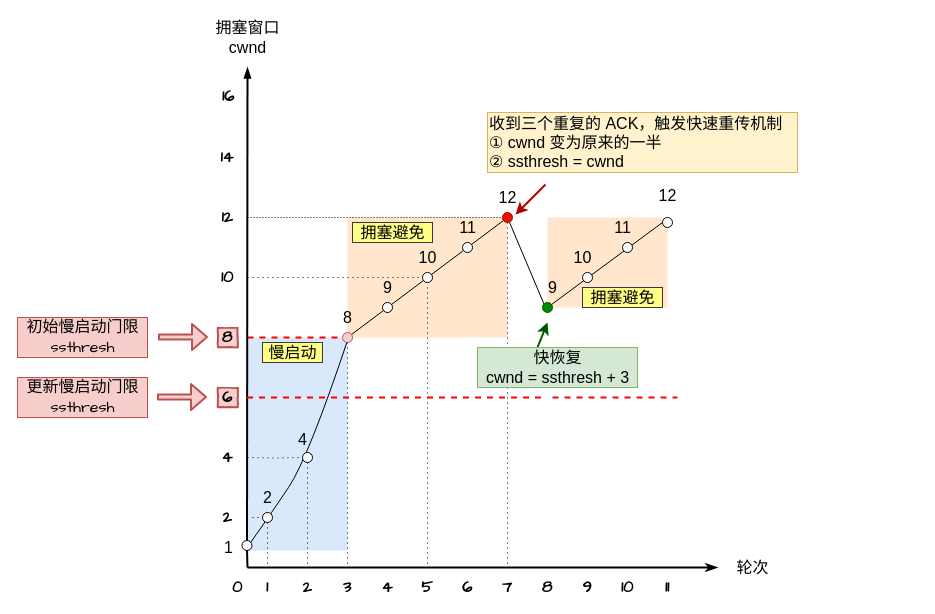
xiaolincoder/ImageHost4 keeps this draw.io diagram as 网络/拥塞发生-快速重传.drawio. Above is the earlier version. Source tidied: cells renumbered, new cells numbered last; positions are measured from the earlier drawing's top-left corner, leaving out a move shared by most shapes. Both pictures are drawn from the tidied source at 100%, with x=0, y=0 at pixel (17, 17).
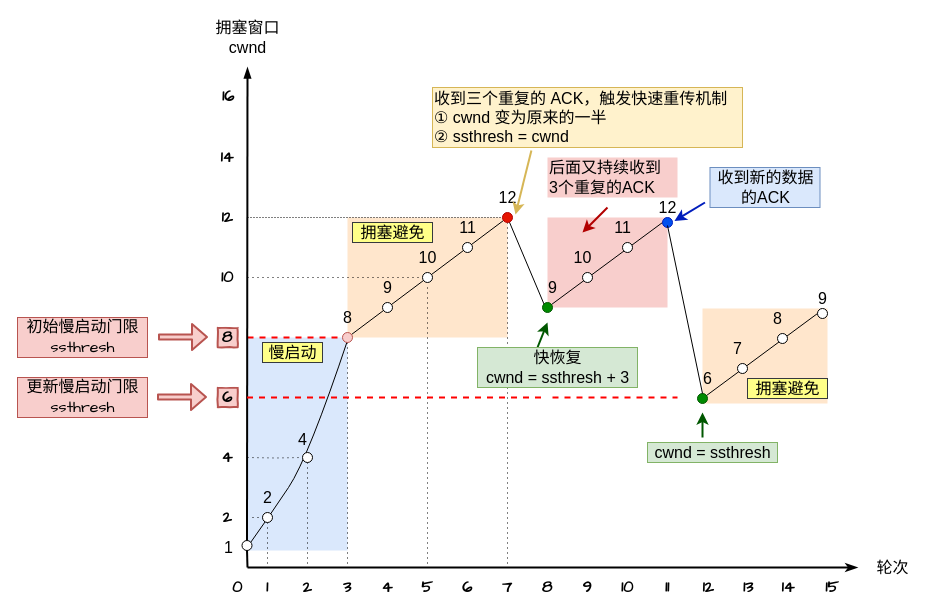
The same diagram, later.

Commit message (it also covers changes not shown here):
Update 拥塞发生-快速重传.drawio

Diff of the diagram source:
```diff
@@
-    <mxCell id="2" style="rounded=0;whiteSpace=wrap;html=1;strokeColor=none;strokeWidth=2;fillColor=#ffe6cc;fontFamily=Comic Sans MS;fontSize=16;" parent="1" vertex="1">
+    <mxCell id="2" style="rounded=0;whiteSpace=wrap;html=1;strokeColor=none;strokeWidth=2;fillColor=#f8cecc;fontFamily=Comic Sans MS;fontSize=16;" parent="1" vertex="1">
       <mxGeometry x="530" y="200" width="120" height="90" as="geometry" />
     </mxCell>
@@
     <mxCell id="16" style="endArrow=classicThin;html=1;strokeWidth=2;endFill=1;" parent="1" edge="1">
       <mxGeometry relative="1" as="geometry">
         <mxPoint x="230" y="550" as="sourcePoint" />
-        <mxPoint x="700" y="550" as="targetPoint" />
+        <mxPoint x="840" y="550" as="targetPoint" />
       </mxGeometry>
     </mxCell>
@@
     <mxCell id="47" value="轮次" style="text;html=1;align=center;verticalAlign=middle;fontSize=16;fontColor=#000000;" parent="1" vertex="1">
-      <mxGeometry x="710" y="540" width="50" height="20" as="geometry" />
+      <mxGeometry x="850" y="540" width="50" height="20" as="geometry" />
     </mxCell>
@@
-    <mxCell id="71" style="endArrow=classic;html=1;labelBackgroundColor=#ffffff;strokeColor=#B20000;strokeWidth=2;fontFamily=Helvetica;fontSize=16;fontColor=#000000;fillColor=#e51400;" parent="1" edge="1">
+    <mxCell id="71" style="endArrow=classic;html=1;labelBackgroundColor=#ffffff;strokeColor=#d6b656;strokeWidth=2;fontFamily=Helvetica;fontSize=16;fontColor=#000000;fillColor=#fff2cc;exitX=0.319;exitY=1.05;exitDx=0;exitDy=0;exitPerimeter=0;" parent="1" edge="1" source="72">
       <mxGeometry relative="1" as="geometry">
-        <mxPoint x="528" y="167" as="sourcePoint" />
         <mxPoint x="498" y="197" as="targetPoint" />
       </mxGeometry>
     </mxCell>
     <mxCell id="72" value="收到三个重复的 ACK，触发快速重传机制&lt;br&gt;① cwnd 变为原来的一半&lt;br&gt;② ssthresh = cwnd&amp;nbsp;" style="text;html=1;align=left;verticalAlign=middle;points=[];fontSize=16;fontFamily=Helvetica;fillColor=#fff2cc;strokeColor=#d6b656;" parent="1" vertex="1">
-      <mxGeometry x="470" y="95" width="310" height="60" as="geometry" />
+      <mxGeometry x="415" y="70" width="310" height="60" as="geometry" />
     </mxCell>
@@
-    <mxCell id="81" style="ellipse;whiteSpace=wrap;html=1;strokeColor=#000000;fillColor=#ffffff;fontSize=16;fontColor=#000000;direction=south;" parent="1" vertex="1">
+    <mxCell id="81" style="ellipse;whiteSpace=wrap;html=1;strokeColor=#001DBC;fillColor=#0050ef;fontSize=16;direction=south;fontColor=#ffffff;" parent="1" vertex="1">
       <mxGeometry x="645" y="200" width="10" height="10" as="geometry" />
     </mxCell>
@@
     <mxCell id="84" value="12" style="text;html=1;align=center;verticalAlign=middle;points=[];fontSize=16;" parent="1" vertex="1">
-      <mxGeometry x="635" y="168" width="30" height="20" as="geometry" />
+      <mxGeometry x="635" y="180" width="30" height="20" as="geometry" />
     </mxCell>
@@
-    <mxCell id="87" value="拥塞避免" style="text;html=1;align=center;verticalAlign=middle;fontSize=16;fillColor=#ffff88;strokeColor=#36393d;" parent="1" vertex="1">
-      <mxGeometry x="565" y="270" width="80" height="20" as="geometry" />
-    </mxCell>
@@
+    <mxCell id="90" value="后面又持续收到&lt;br&gt;3个重复的ACK" style="text;html=1;align=left;verticalAlign=middle;fontSize=16;fontFamily=Helvetica;fillColor=#f8cecc;strokeColor=none;" parent="1" vertex="1">
+      <mxGeometry x="530" y="140" width="130" height="40" as="geometry" />
+    </mxCell>
+    <mxCell id="91" style="endArrow=classic;html=1;labelBackgroundColor=#ffffff;strokeColor=#B20000;strokeWidth=2;fontFamily=Helvetica;fontSize=16;fontColor=#000000;fillColor=#e51400;" parent="1" edge="1">
+      <mxGeometry relative="1" as="geometry">
+        <mxPoint x="590" y="190" as="sourcePoint" />
+        <mxPoint x="565" y="215" as="targetPoint" />
+      </mxGeometry>
+    </mxCell>
+    <mxCell id="92" style="rounded=0;whiteSpace=wrap;html=1;strokeColor=none;strokeWidth=2;fillColor=#ffe6cc;fontFamily=Comic Sans MS;fontSize=16;" parent="1" vertex="1">
+      <mxGeometry x="685" y="291" width="125" height="95" as="geometry" />
+    </mxCell>
+    <mxCell id="93" style="endArrow=none;html=1;fontSize=16;entryX=0.5;entryY=1;entryDx=0;entryDy=0;" parent="1" edge="1" target="96">
+      <mxGeometry relative="1" as="geometry">
+        <mxPoint x="685" y="381" as="sourcePoint" />
+      </mxGeometry>
+    </mxCell>
+    <mxCell id="94" style="ellipse;whiteSpace=wrap;html=1;strokeColor=#005700;fillColor=#008a00;fontSize=16;fontColor=#ffffff;direction=south;" parent="1" vertex="1">
+      <mxGeometry x="680" y="376" width="10" height="10" as="geometry" />
+    </mxCell>
+    <mxCell id="95" style="ellipse;whiteSpace=wrap;html=1;strokeColor=#000000;fillColor=#ffffff;fontSize=16;fontColor=#000000;direction=south;" parent="1" vertex="1">
+      <mxGeometry x="720" y="346" width="10" height="10" as="geometry" />
+    </mxCell>
+    <mxCell id="96" style="ellipse;whiteSpace=wrap;html=1;strokeColor=#000000;fillColor=#ffffff;fontSize=16;fontColor=#000000;direction=south;" parent="1" vertex="1">
+      <mxGeometry x="800" y="291" width="10" height="10" as="geometry" />
+    </mxCell>
+    <mxCell id="97" value="7" style="text;html=1;align=center;verticalAlign=middle;fontSize=16;" parent="1" vertex="1">
+      <mxGeometry x="710" y="321" width="20" height="20" as="geometry" />
+    </mxCell>
+    <mxCell id="98" value="8" style="text;html=1;align=center;verticalAlign=middle;fontSize=16;" parent="1" vertex="1">
+      <mxGeometry x="750" y="291" width="20" height="20" as="geometry" />
+    </mxCell>
+    <mxCell id="99" style="ellipse;whiteSpace=wrap;html=1;strokeColor=#000000;fillColor=#ffffff;fontSize=16;fontColor=#000000;direction=south;" parent="1" vertex="1">
+      <mxGeometry x="760" y="316" width="10" height="10" as="geometry" />
+    </mxCell>
+    <mxCell id="100" value="6" style="text;html=1;align=center;verticalAlign=middle;fontSize=16;" parent="1" vertex="1">
+      <mxGeometry x="680" y="351" width="20" height="20" as="geometry" />
+    </mxCell>
+    <mxCell id="101" value="9" style="text;html=1;align=center;verticalAlign=middle;fontSize=16;" parent="1" vertex="1">
+      <mxGeometry x="795" y="271" width="20" height="20" as="geometry" />
+    </mxCell>
+    <mxCell id="102" style="edgeStyle=none;rounded=0;jettySize=auto;html=1;entryX=0;entryY=0.5;entryDx=0;entryDy=0;endArrow=none;endFill=0;" parent="1" edge="1" target="94">
+      <mxGeometry relative="1" as="geometry">
+        <mxPoint x="650" y="208" as="sourcePoint" />
+      </mxGeometry>
+    </mxCell>
+    <mxCell id="103" style="endArrow=classic;html=1;labelBackgroundColor=#ffffff;strokeColor=#001DBC;strokeWidth=2;fontFamily=Helvetica;fontSize=16;fontColor=#000000;fillColor=#0050ef;entryX=0.733;entryY=1.175;entryDx=0;entryDy=0;entryPerimeter=0;" parent="1" edge="1" target="84">
+      <mxGeometry relative="1" as="geometry">
+        <mxPoint x="687.5" y="185" as="sourcePoint" />
+      </mxGeometry>
+    </mxCell>
+    <mxCell id="104" value="收到新的数据&lt;br&gt;的ACK" style="text;html=1;align=center;verticalAlign=middle;strokeColor=#6c8ebf;fillColor=#dae8fc;fontSize=16;" parent="1" vertex="1">
+      <mxGeometry x="692.5" y="150" width="110" height="40" as="geometry" />
+    </mxCell>
+    <mxCell id="105" style="endArrow=classic;html=1;fontSize=16;fillColor=#008a00;strokeColor=#005700;strokeWidth=2;" parent="1" edge="1">
+      <mxGeometry relative="1" as="geometry">
+        <mxPoint x="685" y="420" as="sourcePoint" />
+        <mxPoint x="685" y="395" as="targetPoint" />
+      </mxGeometry>
+    </mxCell>
+    <mxCell id="106" value="cwnd = ssthresh" style="text;html=1;align=center;verticalAlign=middle;fontSize=16;fillColor=#d5e8d4;strokeColor=#82b366;" parent="1" vertex="1">
+      <mxGeometry x="630" y="425" width="130" height="20" as="geometry" />
+    </mxCell>
+    <mxCell id="87" value="拥塞避免" style="text;html=1;align=center;verticalAlign=middle;fontSize=16;fillColor=#ffff88;strokeColor=#36393d;" parent="1" vertex="1">
+      <mxGeometry x="730" y="361" width="80" height="20" as="geometry" />
+    </mxCell>
+    <mxCell id="107" value="12" style="html=1;whiteSpace=wrap;comic=1;strokeWidth=2;fontFamily=Comic Sans MS;fontStyle=1;fontSize=16;fontColor=#000000;strokeColor=none;" parent="1" vertex="1">
+      <mxGeometry x="671" y="560" width="40" height="20" as="geometry" />
+    </mxCell>
+    <mxCell id="108" value="13" style="html=1;whiteSpace=wrap;comic=1;strokeWidth=2;fontFamily=Comic Sans MS;fontStyle=1;fontSize=16;fontColor=#000000;strokeColor=none;" parent="1" vertex="1">
+      <mxGeometry x="711" y="560" width="40" height="20" as="geometry" />
+    </mxCell>
+    <mxCell id="109" value="14" style="html=1;whiteSpace=wrap;comic=1;strokeWidth=2;fontFamily=Comic Sans MS;fontStyle=1;fontSize=16;fontColor=#000000;strokeColor=none;" parent="1" vertex="1">
+      <mxGeometry x="751" y="560" width="40" height="20" as="geometry" />
+    </mxCell>
+    <mxCell id="110" value="15" style="html=1;whiteSpace=wrap;comic=1;strokeWidth=2;fontFamily=Comic Sans MS;fontStyle=1;fontSize=16;fontColor=#000000;strokeColor=none;" parent="1" vertex="1">
+      <mxGeometry x="795" y="560" width="40" height="20" as="geometry" />
+    </mxCell>
```
